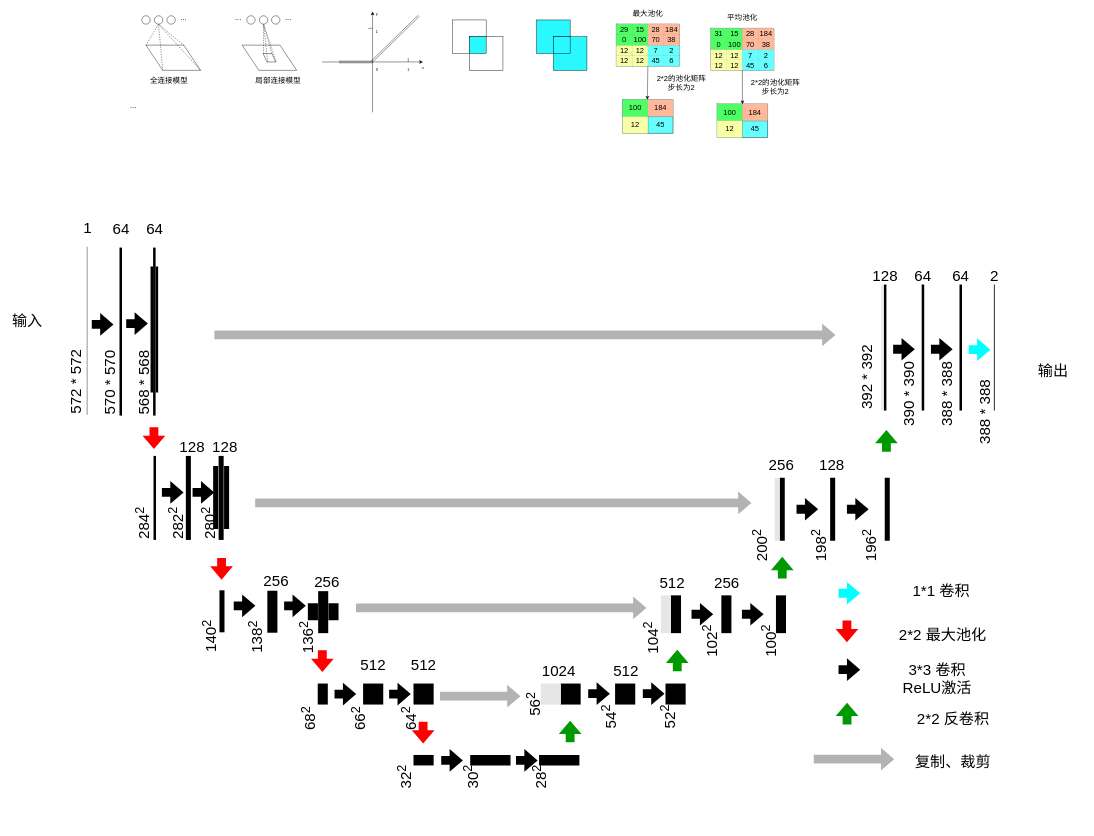
LinxieMuxing/MACHINE_LEARNING keeps this draw.io diagram as Untitled Diagram.drawio. Above is the earlier version. Source tidied: cells renumbered, new cells numbered last; positions are measured from the earlier drawing's top-left corner, leaving out a move shared by most shapes. Both pictures are drawn from the tidied source at 42%, with x=0, y=0 at pixel (7, 7).
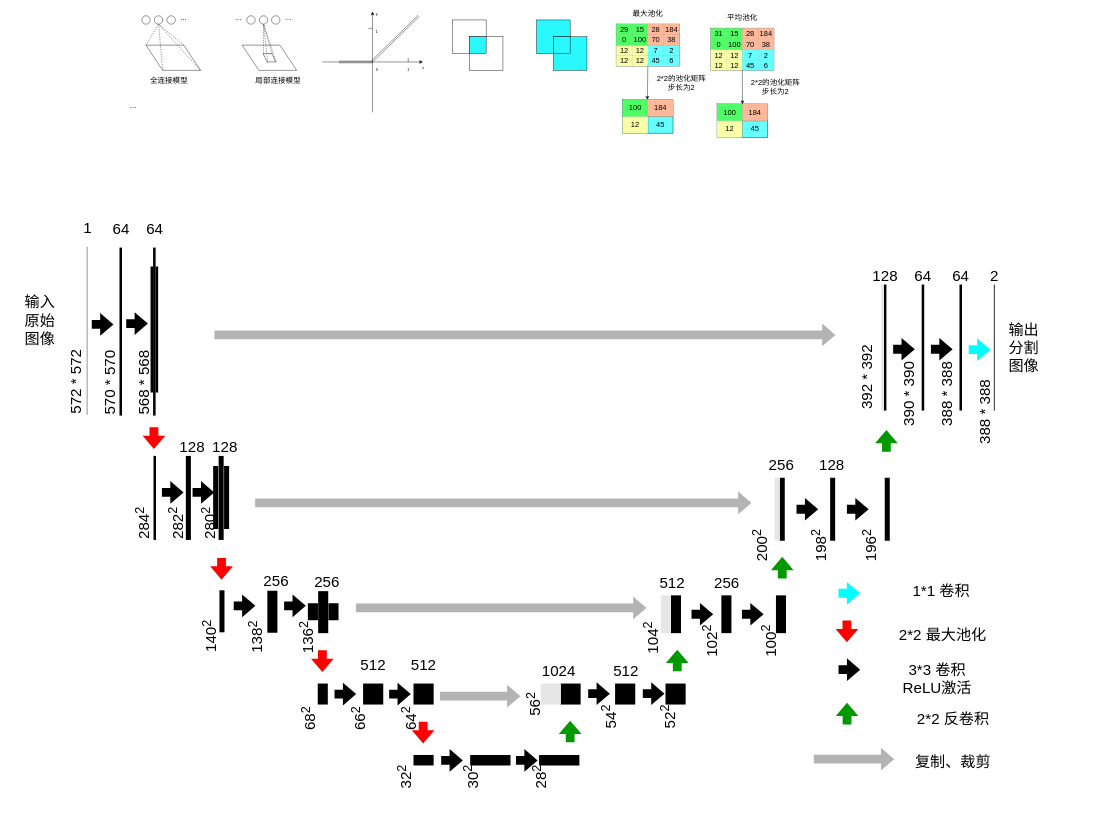
After the change.

Diff of the diagram source:
```diff
@@
-    <mxCell id="243" value="输出" style="text;html=1;strokeColor=none;fillColor=none;align=center;verticalAlign=middle;whiteSpace=wrap;rounded=0;labelBackgroundColor=none;fontSize=36;" parent="1" vertex="1">
-      <mxGeometry x="2410" y="800" width="160" height="130" as="geometry" />
+    <mxCell id="243" value="输出分割图像" style="text;html=1;strokeColor=none;fillColor=none;align=center;verticalAlign=middle;whiteSpace=wrap;rounded=0;labelBackgroundColor=none;fontSize=36;" parent="1" vertex="1">
+      <mxGeometry x="2370" y="710" width="100" height="200" as="geometry" />
     </mxCell>
@@
-    <mxCell id="252" value="输入" style="text;html=1;strokeColor=none;fillColor=none;align=center;verticalAlign=middle;whiteSpace=wrap;rounded=0;labelBackgroundColor=none;fontSize=36;" parent="1" vertex="1">
-      <mxGeometry y="730" width="95" height="30" as="geometry" />
+    <mxCell id="252" value="输入原始图像" style="text;html=1;strokeColor=none;fillColor=none;align=center;verticalAlign=middle;whiteSpace=wrap;rounded=0;labelBackgroundColor=none;fontSize=36;" parent="1" vertex="1">
+      <mxGeometry x="30" y="730" width="95" height="30" as="geometry" />
     </mxCell>
```
